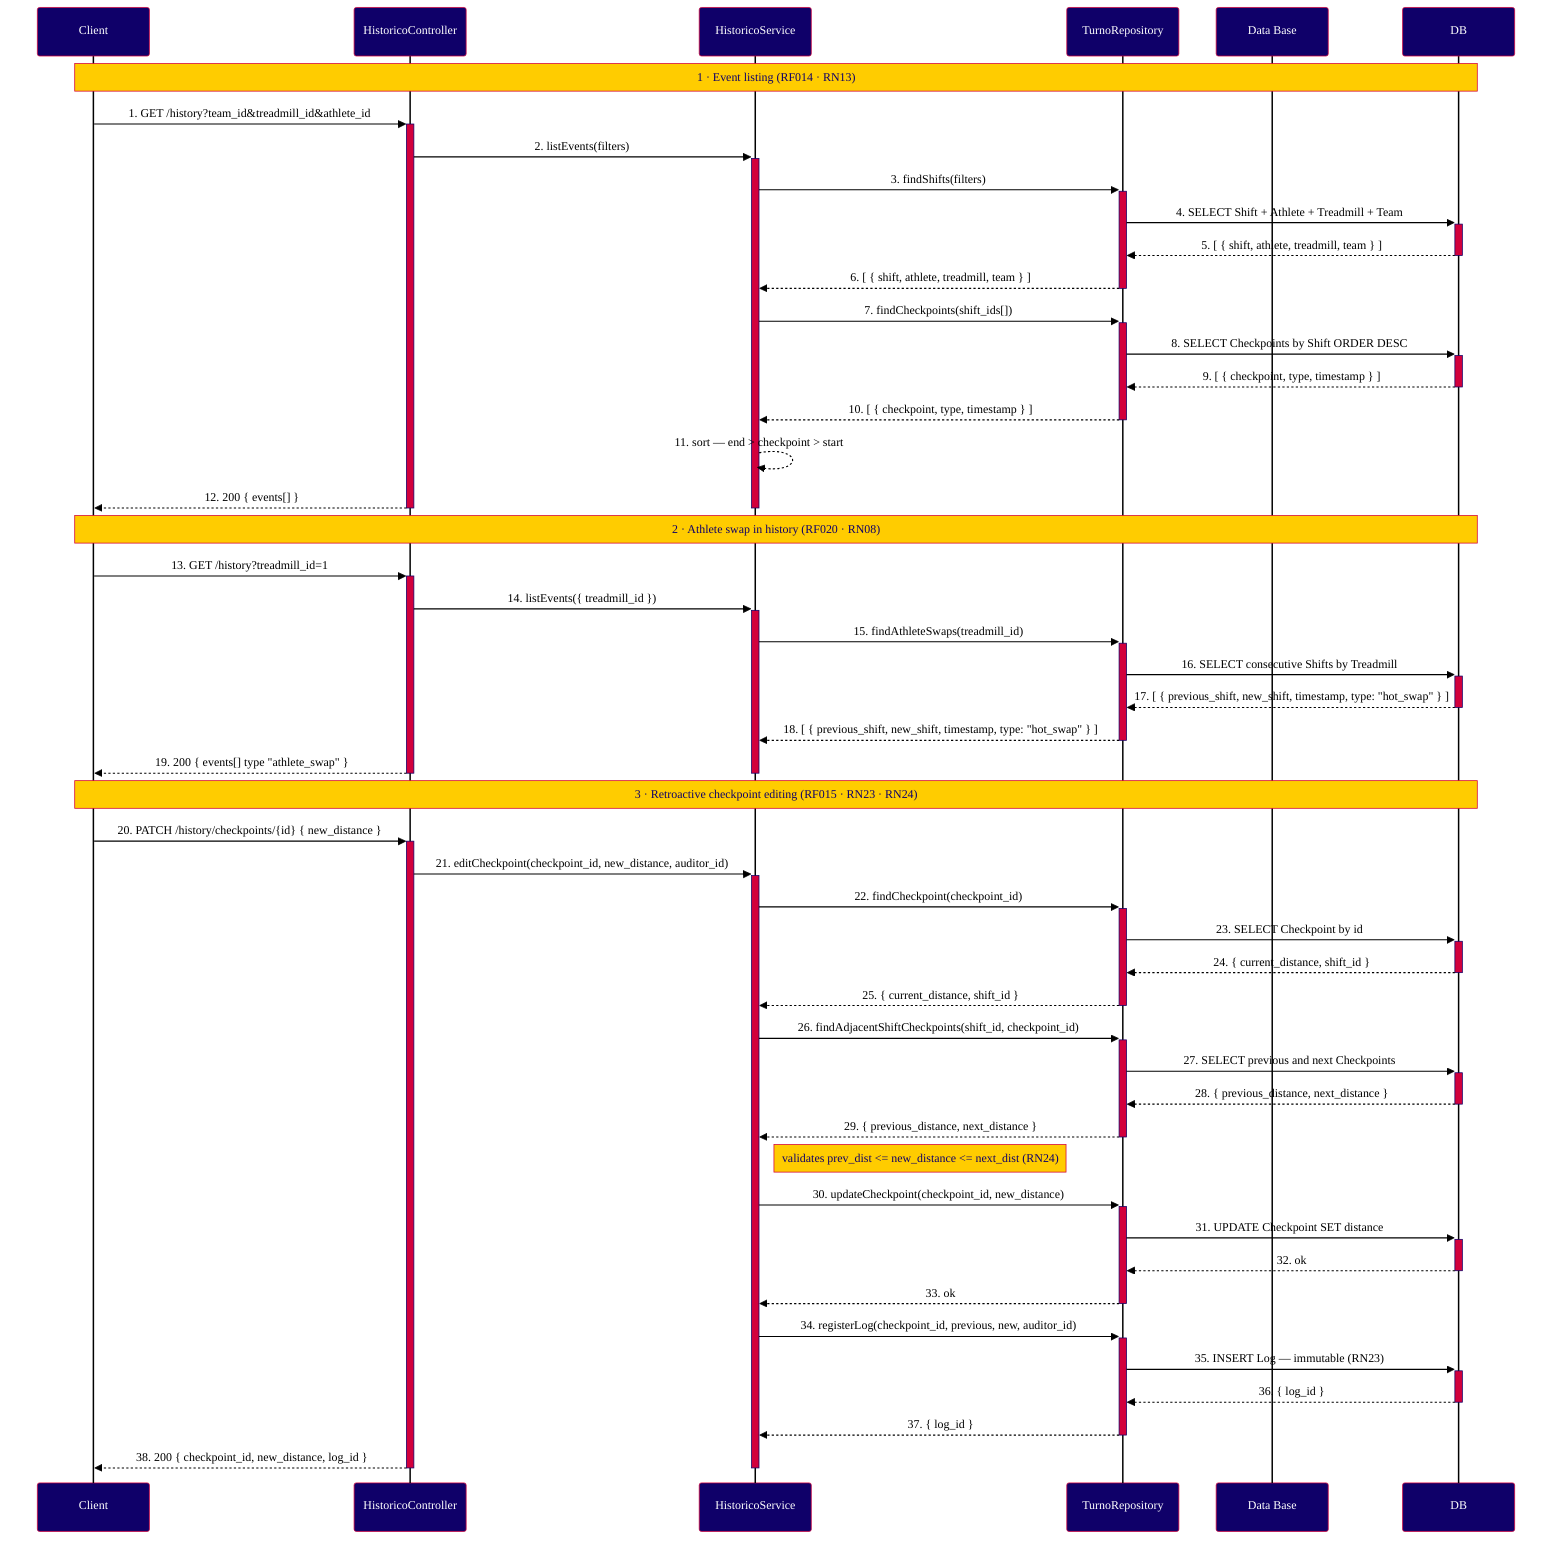
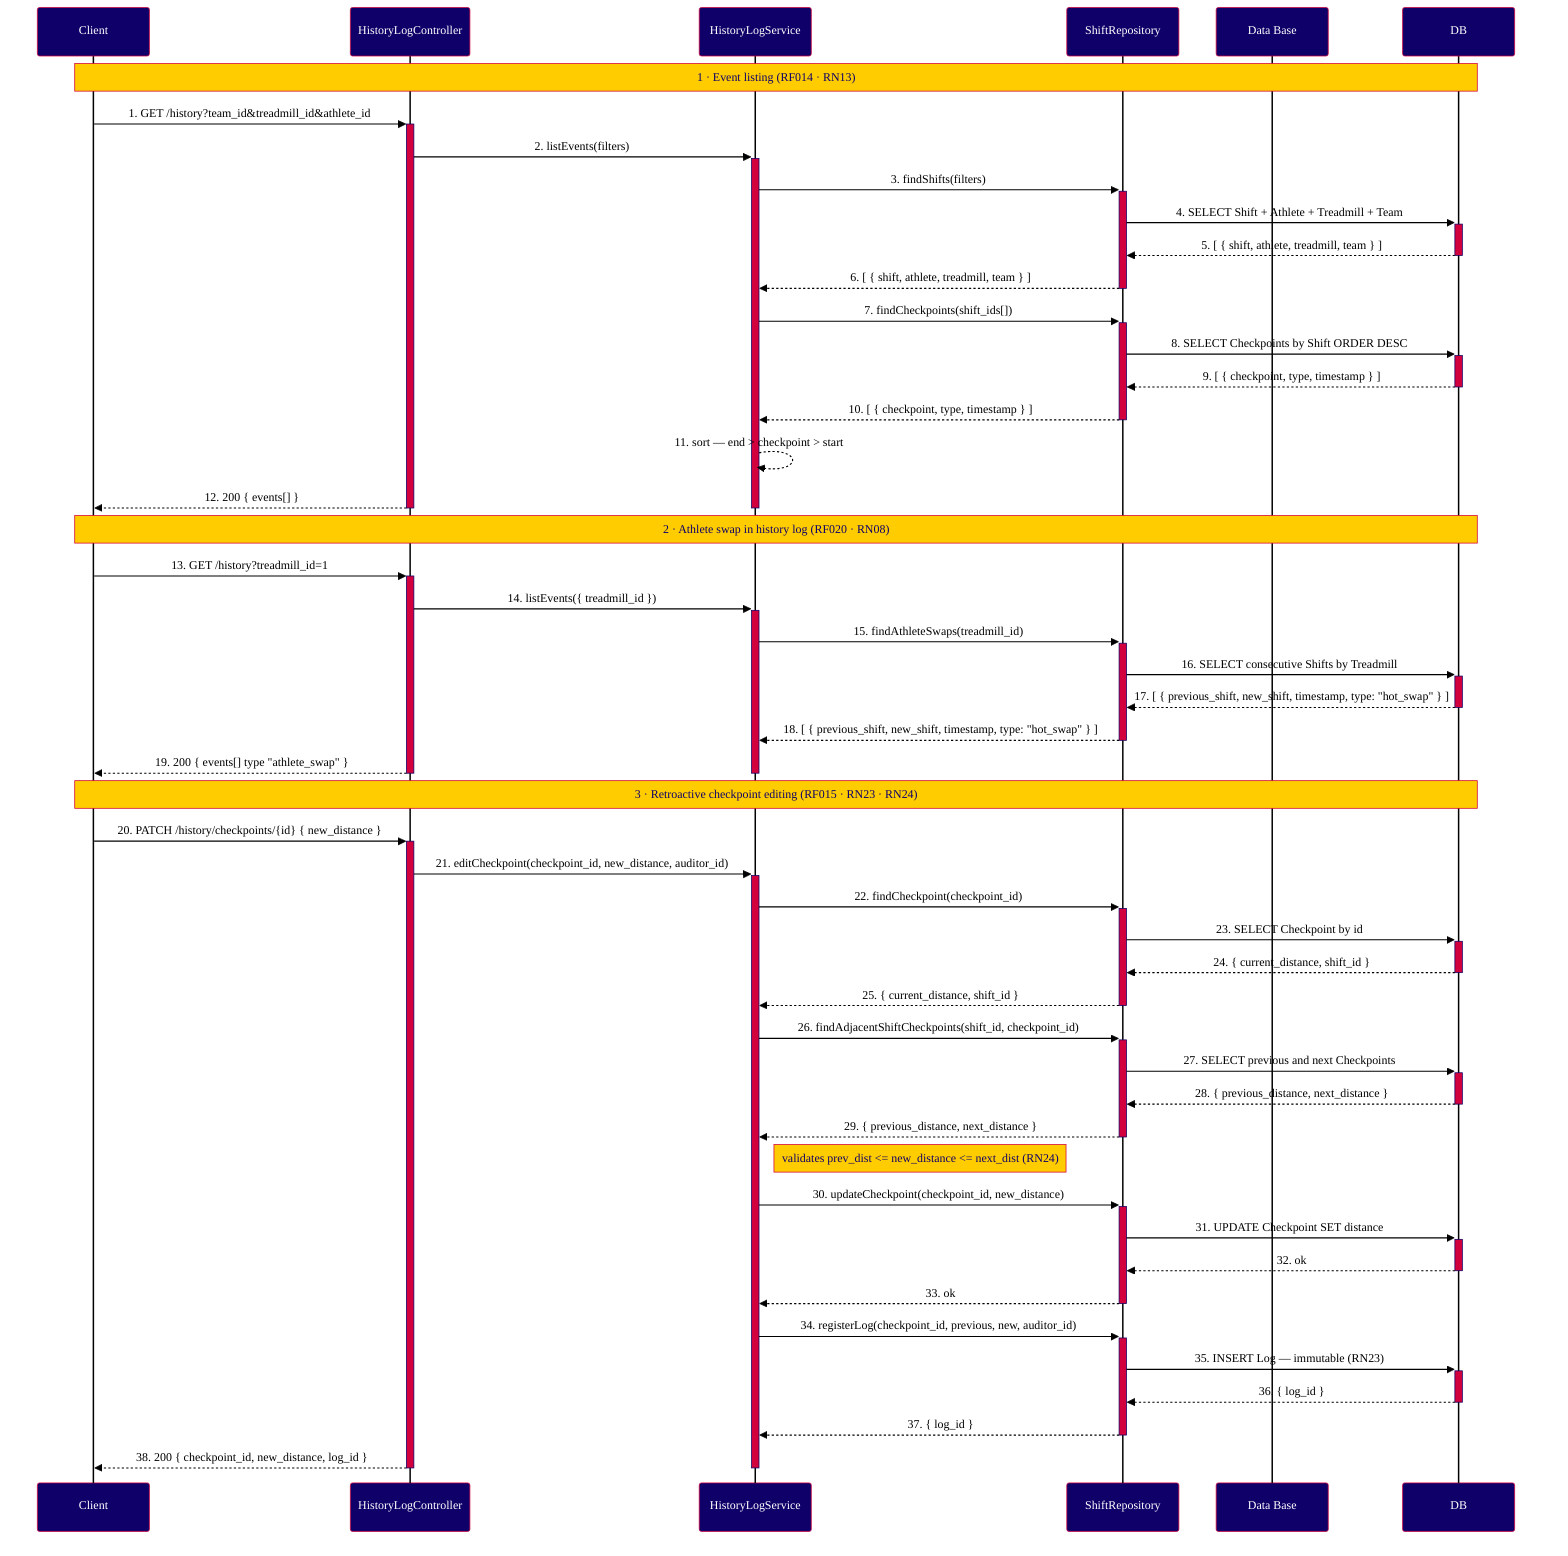

%%{init: {
  "theme": "base",
  "themeVariables": {
    "primaryColor": "#0F0069",
    "primaryTextColor": "#FFFFFF",
    "primaryBorderColor": "#D2003C",
    "secondaryColor": "#D2003C",
    "secondaryTextColor": "#FFFFFF",
    "secondaryBorderColor": "#D2003C",
    "tertiaryColor": "#E8E8F5",
    "tertiaryTextColor": "#0F0069",
    "tertiaryBorderColor": "#0F0069",
    "noteBkgColor": "#FFCC00",
    "noteTextColor": "#0F0069",
    "noteBorderColor": "#D2003C",
    "activationBkgColor": "#D2003C",
    "activationBorderColor": "#0F0069",
    "actorBkg": "#0F0069",
    "actorTextColor": "#FFFFFF",
    "actorBorderColor": "#D2003C",
    "actorLineColor": "#000000",
    "signalColor": "#000000",
    "signalTextColor": "#000000",
    "labelBoxBkgColor": "#E8E8F5",
    "labelBoxBorderColor": "#0F0069",
    "labelTextColor": "#0F0069",
    "loopTextColor": "#0F0069",
    "fontFamily": "Arial, sans-serif",
    "fontSize": "14px",
    "background": "#FFFFFF"
  }
}}%%
sequenceDiagram
    participant C as Client
-     participant HC as HistoricoController
-     participant HS as HistoricoService
-     participant TR as TurnoRepository
+     participant HC as HistoryLogController
+     participant HS as HistoryLogService
+     participant TR as ShiftRepository
    participant BD as Data Base

    Note over C,DB: 1 · Event listing (RF014 · RN13)

    C->>+HC: 1. GET /history?team_id&treadmill_id&athlete_id
    HC->>+HS: 2. listEvents(filters)
    HS->>+TR: 3. findShifts(filters)
    TR->>+DB: 4. SELECT Shift + Athlete + Treadmill + Team
    DB-->>-TR: 5. [ { shift, athlete, treadmill, team } ]
    TR-->>-HS: 6. [ { shift, athlete, treadmill, team } ]

    HS->>+TR: 7. findCheckpoints(shift_ids[])
    TR->>+DB: 8. SELECT Checkpoints by Shift ORDER DESC
    DB-->>-TR: 9. [ { checkpoint, type, timestamp } ]
    TR-->>-HS: 10. [ { checkpoint, type, timestamp } ]

    HS-->>HS: 11. sort — end > checkpoint > start
    HC-->>-C: 12. 200 { events[] }
    deactivate HS

-     Note over C,DB: 2 · Athlete swap in history (RF020 · RN08)
+     Note over C,DB: 2 · Athlete swap in history log (RF020 · RN08)

    C->>+HC: 13. GET /history?treadmill_id=1
    HC->>+HS: 14. listEvents({ treadmill_id })
    HS->>+TR: 15. findAthleteSwaps(treadmill_id)
    TR->>+DB: 16. SELECT consecutive Shifts by Treadmill
    DB-->>-TR: 17. [ { previous_shift, new_shift, timestamp, type: "hot_swap" } ]
    TR-->>-HS: 18. [ { previous_shift, new_shift, timestamp, type: "hot_swap" } ]

    HC-->>-C: 19. 200 { events[] type "athlete_swap" }
    deactivate HS

    Note over C,DB: 3 · Retroactive checkpoint editing (RF015 · RN23 · RN24)

    C->>+HC: 20. PATCH /history/checkpoints/{id} { new_distance }
    HC->>+HS: 21. editCheckpoint(checkpoint_id, new_distance, auditor_id)

    HS->>+TR: 22. findCheckpoint(checkpoint_id)
    TR->>+DB: 23. SELECT Checkpoint by id
    DB-->>-TR: 24. { current_distance, shift_id }
    TR-->>-HS: 25. { current_distance, shift_id }

    HS->>+TR: 26. findAdjacentShiftCheckpoints(shift_id, checkpoint_id)
    TR->>+DB: 27. SELECT previous and next Checkpoints
    DB-->>-TR: 28. { previous_distance, next_distance }
    TR-->>-HS: 29. { previous_distance, next_distance }

    Note right of HS: validates prev_dist <= new_distance <= next_dist (RN24)

    HS->>+TR: 30. updateCheckpoint(checkpoint_id, new_distance)
    TR->>+DB: 31. UPDATE Checkpoint SET distance
    DB-->>-TR: 32. ok
    TR-->>-HS: 33. ok

    HS->>+TR: 34. registerLog(checkpoint_id, previous, new, auditor_id)
    TR->>+DB: 35. INSERT Log — immutable (RN23)
    DB-->>-TR: 36. { log_id }
    TR-->>-HS: 37. { log_id }

    HC-->>-C: 38. 200 { checkpoint_id, new_distance, log_id }
    deactivate HS